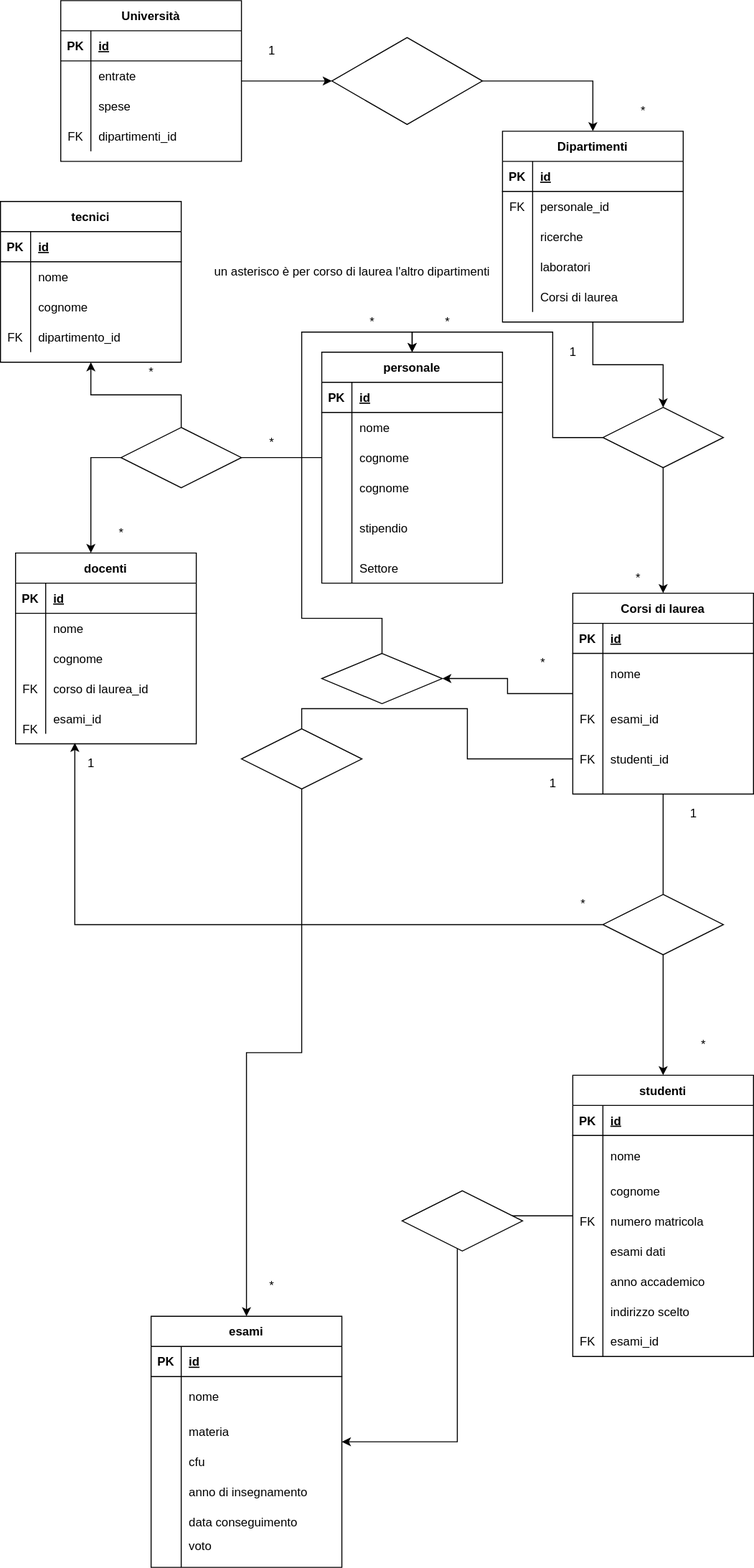
Gius993/db-university keeps this draw.io diagram as db-universitydata.svg. Above is the earlier version. Source tidied: cells renumbered, new cells last; positions are measured from the earlier drawing's top-left corner, leaving out a move shared by most shapes.
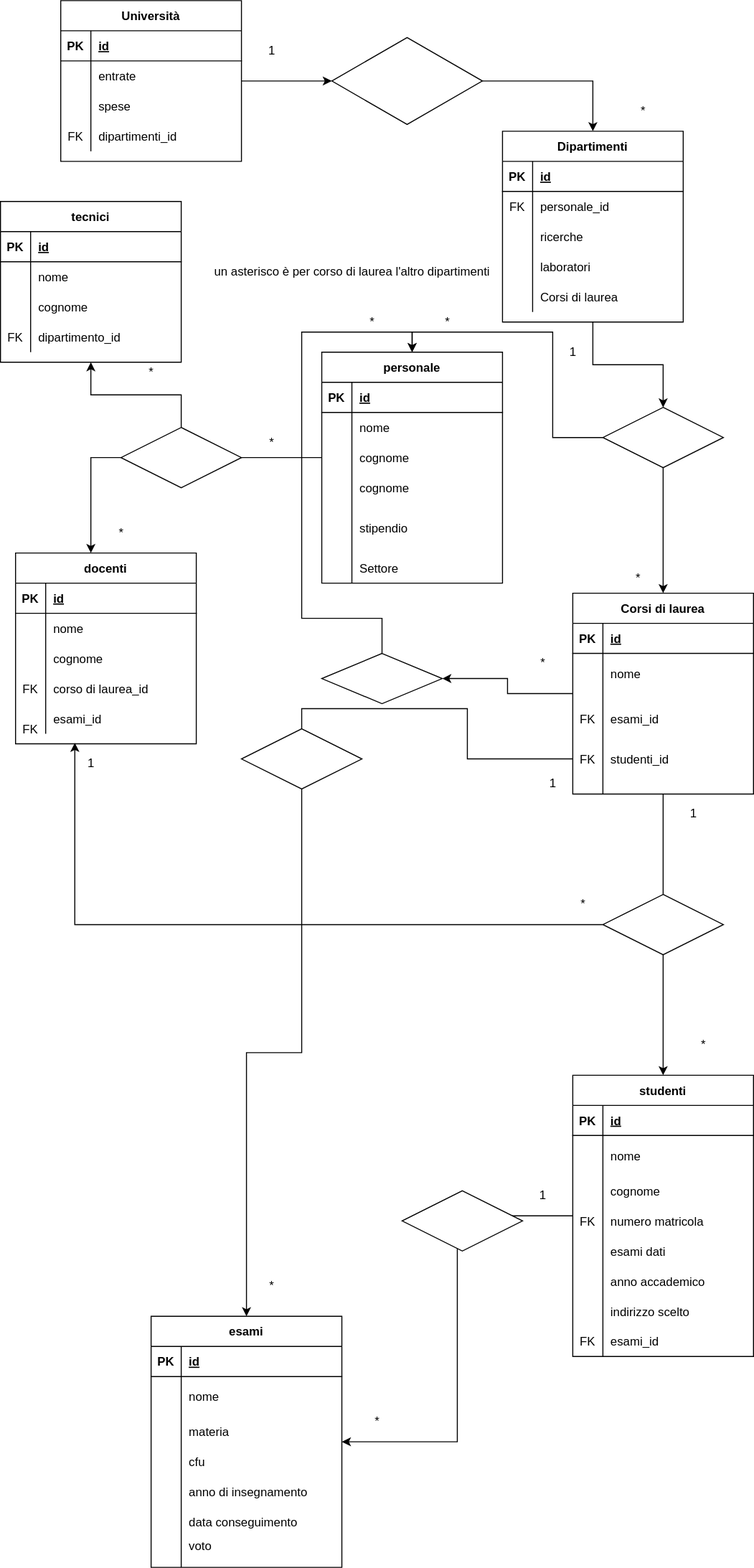
After the commit.

Commit message:
correzione e fine

What changed in the source:
```diff
@@ -557,5 +557,11 @@
     <mxCell id="184" value="un asterisco è per corso di laurea l'altro dipartimenti" style="text;html=1;align=center;verticalAlign=middle;strokeColor=none;fillColor=none;" parent="1" vertex="1">
       <mxGeometry x="200" y="255" width="300" height="30" as="geometry" />
     </mxCell>
+    <mxCell id="185" value="1" style="text;html=1;align=center;verticalAlign=middle;strokeColor=none;fillColor=none;" parent="1" vertex="1">
+      <mxGeometry x="525" y="1175" width="30" height="30" as="geometry" />
+    </mxCell>
+    <mxCell id="186" value="*" style="text;html=1;align=center;verticalAlign=middle;strokeColor=none;fillColor=none;" parent="1" vertex="1">
+      <mxGeometry x="360" y="1400" width="30" height="30" as="geometry" />
+    </mxCell>
   </root>
 </mxGraphModel>
```
